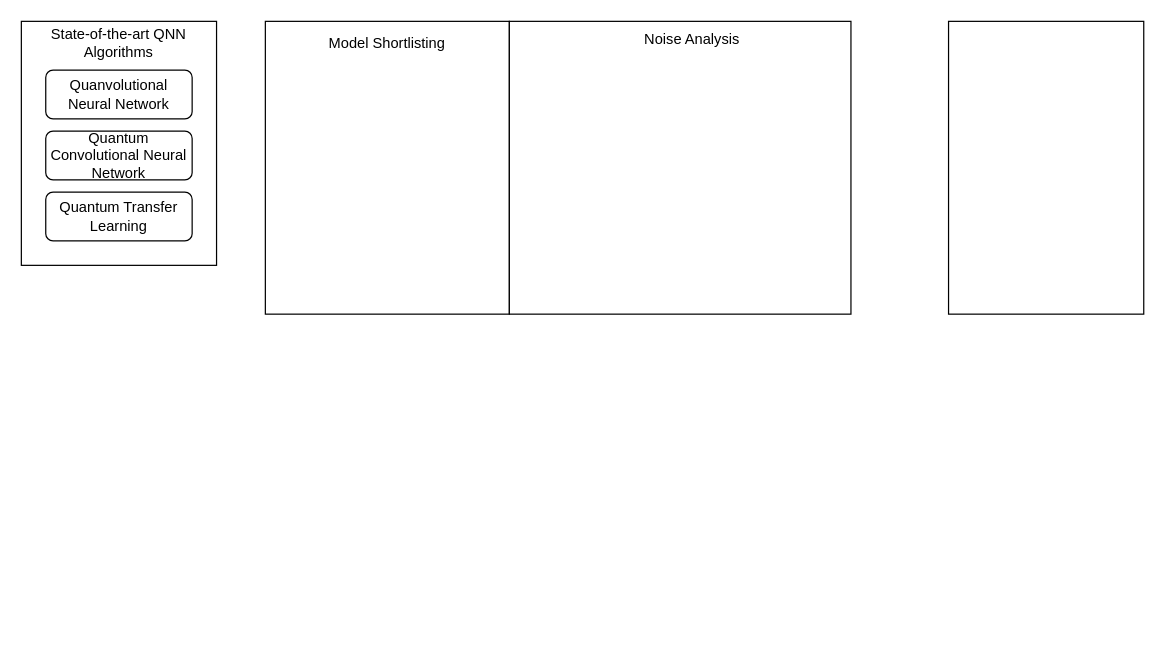
Above: page "QCE-Methodology" (1 of 3) of Capstone2.drawio in tasnimahmed11/drawio_stash (draw.io), before the change. Source tidied: cells renumbered, new cells numbered last; positions are measured from the earlier drawing's top-left corner, leaving out a move shared by most shapes. Both pictures are drawn from the tidied source at 122%, with x=0, y=0 at pixel (21, 21).
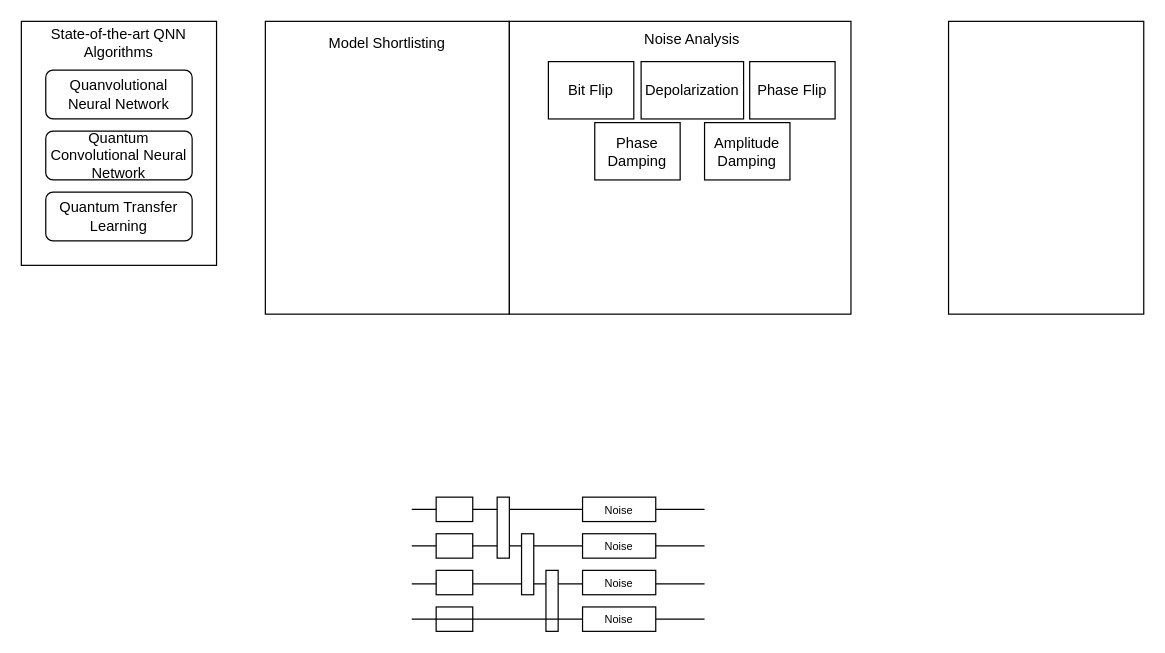
The same diagram, later.

Change to the diagram source:
```diff
@@
+    <mxCell id="12" value="Amplitude Damping" style="rounded=0;whiteSpace=wrap;html=1;" parent="1" vertex="1">
+      <mxGeometry x="560" y="83" width="70" height="47" as="geometry" />
+    </mxCell>
+    <mxCell id="13" value="Bit Flip" style="rounded=0;whiteSpace=wrap;html=1;" parent="1" vertex="1">
+      <mxGeometry x="432" y="33" width="70" height="47" as="geometry" />
+    </mxCell>
+    <mxCell id="14" value="Depolarization" style="rounded=0;whiteSpace=wrap;html=1;" parent="1" vertex="1">
+      <mxGeometry x="508" y="33" width="84" height="47" as="geometry" />
+    </mxCell>
+    <mxCell id="15" value="Phase Damping" style="rounded=0;whiteSpace=wrap;html=1;" parent="1" vertex="1">
+      <mxGeometry x="470" y="83" width="70" height="47" as="geometry" />
+    </mxCell>
+    <mxCell id="16" value="Phase Flip" style="rounded=0;whiteSpace=wrap;html=1;" parent="1" vertex="1">
+      <mxGeometry x="597" y="33" width="70" height="47" as="geometry" />
+    </mxCell>
+    <mxCell id="17" style="endArrow=none;html=1;rounded=0;" parent="1" edge="1">
+      <mxGeometry relative="1" as="geometry">
+        <mxPoint x="320" y="400" as="sourcePoint" />
+        <mxPoint x="560" y="400" as="targetPoint" />
+      </mxGeometry>
+    </mxCell>
+    <mxCell id="18" style="endArrow=none;html=1;rounded=0;" parent="1" edge="1">
+      <mxGeometry relative="1" as="geometry">
+        <mxPoint x="320" y="430" as="sourcePoint" />
+        <mxPoint x="560" y="430" as="targetPoint" />
+      </mxGeometry>
+    </mxCell>
+    <mxCell id="19" style="endArrow=none;html=1;rounded=0;" parent="1" edge="1">
+      <mxGeometry relative="1" as="geometry">
+        <mxPoint x="320" y="461" as="sourcePoint" />
+        <mxPoint x="560" y="461" as="targetPoint" />
+      </mxGeometry>
+    </mxCell>
+    <mxCell id="20" style="endArrow=none;html=1;rounded=0;" parent="1" edge="1" source="32">
+      <mxGeometry relative="1" as="geometry">
+        <mxPoint x="560" y="490" as="targetPoint" />
+      </mxGeometry>
+    </mxCell>
+    <mxCell id="21" style="rounded=0;whiteSpace=wrap;html=1;" parent="1" vertex="1">
+      <mxGeometry x="340" y="390" width="30" height="20" as="geometry" />
+    </mxCell>
+    <mxCell id="22" style="rounded=0;whiteSpace=wrap;html=1;" parent="1" vertex="1">
+      <mxGeometry x="340" y="420" width="30" height="20" as="geometry" />
+    </mxCell>
+    <mxCell id="23" style="rounded=0;whiteSpace=wrap;html=1;" parent="1" vertex="1">
+      <mxGeometry x="340" y="450" width="30" height="20" as="geometry" />
+    </mxCell>
+    <mxCell id="24" style="rounded=0;whiteSpace=wrap;html=1;" parent="1" vertex="1">
+      <mxGeometry x="340" y="480" width="30" height="20" as="geometry" />
+    </mxCell>
+    <mxCell id="25" style="rounded=0;whiteSpace=wrap;html=1;" parent="1" vertex="1">
+      <mxGeometry x="390" y="390" width="10" height="50" as="geometry" />
+    </mxCell>
+    <mxCell id="26" style="rounded=0;whiteSpace=wrap;html=1;" parent="1" vertex="1">
+      <mxGeometry x="410" y="420" width="10" height="50" as="geometry" />
+    </mxCell>
+    <mxCell id="27" style="rounded=0;whiteSpace=wrap;html=1;" parent="1" vertex="1">
+      <mxGeometry x="430" y="450" width="10" height="50" as="geometry" />
+    </mxCell>
+    <mxCell id="28" value="&lt;font style=&quot;font-size: 9px;&quot;&gt;Noise&lt;/font&gt;" style="rounded=0;whiteSpace=wrap;html=1;" parent="1" vertex="1">
+      <mxGeometry x="460" y="390" width="60" height="20" as="geometry" />
+    </mxCell>
+    <mxCell id="29" value="&lt;font style=&quot;font-size: 9px;&quot;&gt;Noise&lt;/font&gt;" style="rounded=0;whiteSpace=wrap;html=1;" parent="1" vertex="1">
+      <mxGeometry x="460" y="420" width="60" height="20" as="geometry" />
+    </mxCell>
+    <mxCell id="30" value="&lt;font style=&quot;font-size: 9px;&quot;&gt;Noise&lt;/font&gt;" style="rounded=0;whiteSpace=wrap;html=1;" parent="1" vertex="1">
+      <mxGeometry x="460" y="450" width="60" height="20" as="geometry" />
+    </mxCell>
+    <mxCell id="31" style="endArrow=none;html=1;rounded=0;" parent="1" edge="1" target="32">
+      <mxGeometry relative="1" as="geometry">
+        <mxPoint x="320" y="490" as="sourcePoint" />
+      </mxGeometry>
+    </mxCell>
+    <mxCell id="32" value="&lt;font style=&quot;font-size: 9px;&quot;&gt;Noise&lt;/font&gt;" style="rounded=0;whiteSpace=wrap;html=1;" parent="1" vertex="1">
+      <mxGeometry x="460" y="480" width="60" height="20" as="geometry" />
+    </mxCell>
```
